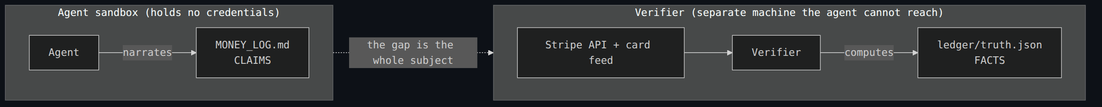
Above: .github/assets/invariant.png in ImmortalDemonGod/money-agent (Mermaid), before the change. Its source is kept beside it as .github/assets/invariant.mmd. Source of this version:
```mermaid
flowchart LR
    subgraph SANDBOX["Agent sandbox (holds no credentials)"]
        direction LR
        A["Agent"] -->|narrates| C["MONEY_LOG.md<br/>CLAIMS"]
    end
    subgraph OUTSIDE["Verifier (separate machine the agent cannot reach)"]
        direction LR
        S["Stripe API + card feed"] --> V["Verifier"]
        V -->|computes| T["ledger/truth.json<br/>FACTS"]
    end
    C -.->|the gap is the whole subject| T
```
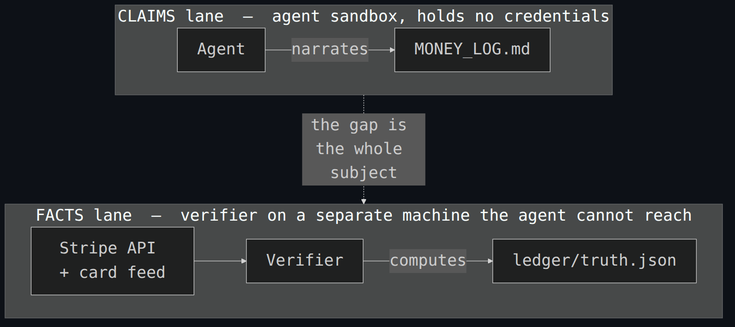
Above is the later version.

Commit message:
README diagram: re-render readable (taller two-lane, larger font)

The prior invariant.png was a ~10:1-wide ribbon, so at width=900 the text
downscaled to ~87px tall and was unreadable. Re-render as a stacked two-lane
layout (CLAIMS lane over FACTS lane, dotted "the gap" connector) at 26px
monospace: 1568x698, which displays ~900x400 and reads clearly.

Claude-Session: https://claude.ai/code/session_014Hq5vD47gAUMgtKtNvVi5X

The edit, as a diff of the source:
```diff
@@ -1,11 +1,10 @@
-flowchart LR
-    subgraph SANDBOX["Agent sandbox (holds no credentials)"]
+flowchart TB
+    subgraph CLAIMS["CLAIMS lane &nbsp;&mdash;&nbsp; agent sandbox, holds no credentials"]
         direction LR
-        A["Agent"] -->|narrates| C["MONEY_LOG.md<br/>CLAIMS"]
+        A["Agent"] -->|narrates| C["MONEY_LOG.md"]
     end
-    subgraph OUTSIDE["Verifier (separate machine the agent cannot reach)"]
+    subgraph FACTS["FACTS lane &nbsp;&mdash;&nbsp; verifier on a separate machine the agent cannot reach"]
         direction LR
-        S["Stripe API + card feed"] --> V["Verifier"]
-        V -->|computes| T["ledger/truth.json<br/>FACTS"]
+        S["Stripe API + card feed"] --> V["Verifier"] -->|computes| T["ledger/truth.json"]
     end
-    C -.->|the gap is the whole subject| T
+    C -.->|"the gap is the whole subject"| S
```
